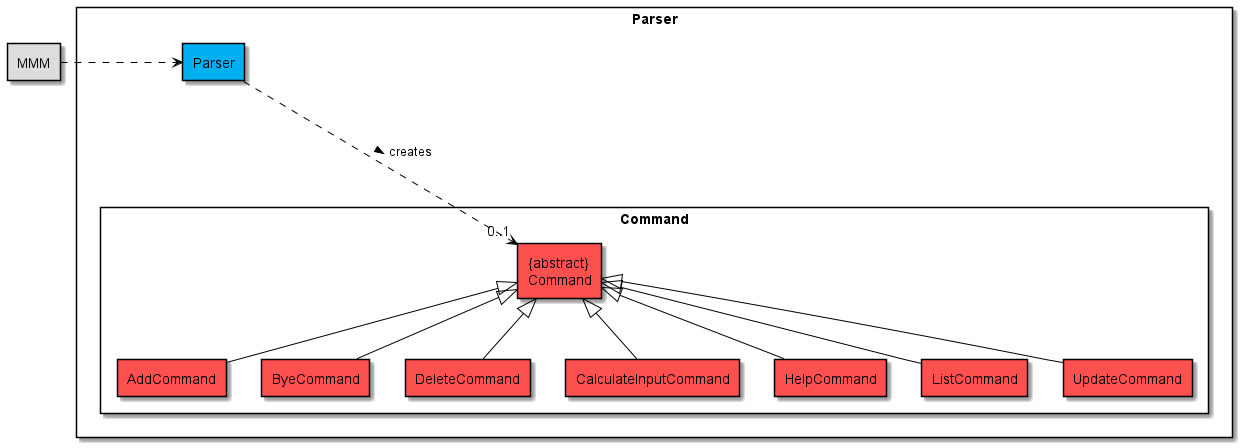
nus-cs2113-AY2122S2/tp keeps this PlantUML diagram as docs/images/CommandClassDiagram.png. Above is the earlier version. Its diagram source:
```plantuml
@startuml
!include Style.puml

skinparam componentStyle rectangle
skinparam packageStyle rectangle
skinparam ArrowColor black

package Parser {
component Parser as parser PARSER_COLOUR

package Command {
component "{abstract}\nCommand" as command COMMANDS_COLOUR
component "AddCommand" as addCommand COMMANDS_COLOUR
component "ByeCommand" as byeCommand COMMANDS_COLOUR
component "DeleteCommand" as deleteCommand COMMANDS_COLOUR
component "CalculateInputCommand" as calculateInputCommand COMMANDS_COLOUR
component "HelpCommand" as helpCommand COMMANDS_COLOUR
component "ListCommand" as listCommand COMMANDS_COLOUR
component "UpdateCommand" as updateCommand COMMANDS_COLOUR

}

}
component MMM MMM_COLOUR

MMM .r.> parser

parser ...> "\n0..1" command: "creates >"

command <|-- addCommand
command <|-- byeCommand
command <|-- deleteCommand
command <|-- calculateInputCommand
command <|-- helpCommand
command <|-- listCommand
command <|-- updateCommand

@enduml
```
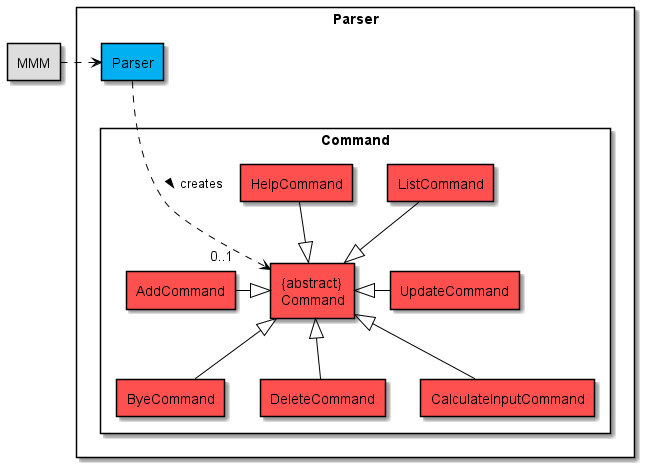
Later version of the same file.

Change to the diagram source:
```diff
@@ -25,14 +25,14 @@
 
 MMM .r.> parser
 
-parser ...> "\n0..1" command: "creates >"
+parser ...> "\t\t\t\t\t\t\t\t\t\t\t\t\t\t\t0..1" command: "creates >"
 
-command <|-- addCommand
+command <|-left- addCommand
 command <|-- byeCommand
 command <|-- deleteCommand
 command <|-- calculateInputCommand
-command <|-- helpCommand
-command <|-- listCommand
-command <|-- updateCommand
+command <|-up- helpCommand
+command <|-up- listCommand
+command <|-right- updateCommand
 
 @enduml
```
